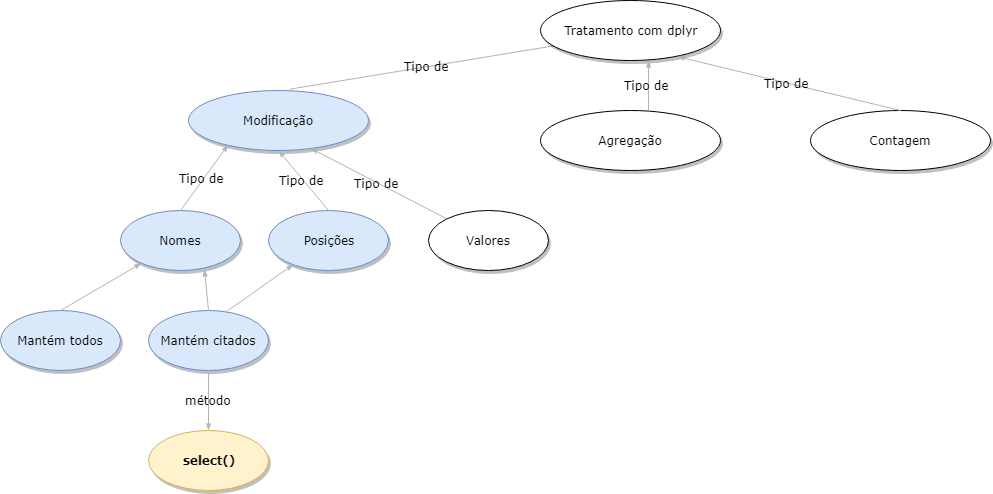
This is diagramas/dplyr_select.png from crotman/CursoR, a draw.io export, as it was before one commit. Source tidied: cells renumbered, new cells last; positions are measured from the earlier drawing's top-left corner, leaving out a move shared by most shapes.
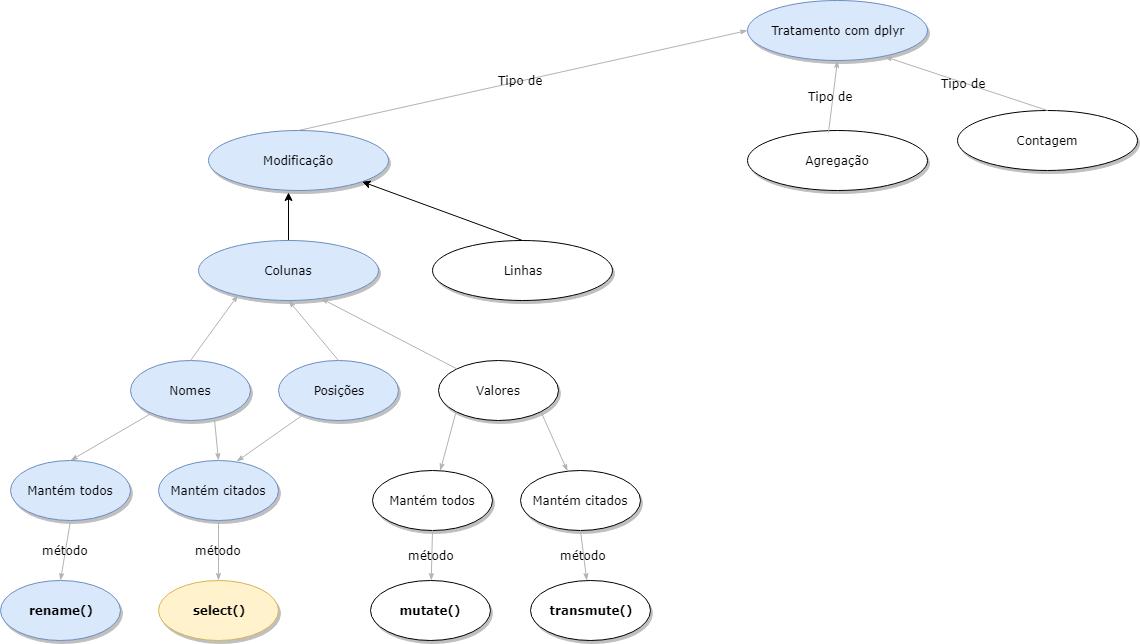
Later version of the same file.

What changed in the source:
```diff
@@ -2,70 +2,107 @@
   <root>
     <mxCell id="0" />
     <mxCell id="1" parent="0" />
-    <mxCell id="2" value="Tipo de&amp;nbsp;" style="edgeStyle=none;rounded=1;html=1;labelBackgroundColor=none;startArrow=none;startFill=0;startSize=5;endArrow=classicThin;endFill=1;endSize=5;jettySize=auto;strokeColor=#B3B3B3;strokeWidth=1;fontFamily=Verdana;fontSize=12;fontColor=#000000;exitX=0.563;exitY=-0.022;exitDx=0;exitDy=0;exitPerimeter=0;" parent="1" edge="1" source="3">
-      <mxGeometry relative="1" as="geometry">
-        <mxPoint x="567.1" y="43.1" as="targetPoint" />
-      </mxGeometry>
+    <mxCell id="2" value="Tipo de&amp;nbsp;" style="edgeStyle=none;rounded=1;html=1;labelBackgroundColor=none;startArrow=none;startFill=0;startSize=5;endArrow=classicThin;endFill=1;endSize=5;jettySize=auto;strokeColor=#B3B3B3;strokeWidth=1;fontFamily=Verdana;fontSize=12;fontColor=#000000;exitX=0.5;exitY=0;exitDx=0;exitDy=0;entryX=0;entryY=0.5;entryDx=0;entryDy=0;" parent="1" edge="1" source="33" target="6">
+      <mxGeometry relative="1" as="geometry" />
     </mxCell>
+    <mxCell id="22" style="edgeStyle=orthogonalEdgeStyle;rounded=0;jettySize=auto;html=1;exitX=0.5;exitY=0;exitDx=0;exitDy=0;entryX=0.444;entryY=1.033;entryDx=0;entryDy=0;entryPerimeter=0;" parent="1" edge="1" source="3" target="33">
+      <mxGeometry relative="1" as="geometry" />
+    </mxCell>
-    <mxCell id="3" value="Modificação" style="ellipse;whiteSpace=wrap;html=1;rounded=0;shadow=1;comic=0;labelBackgroundColor=none;strokeColor=#6c8ebf;strokeWidth=1;fillColor=#dae8fc;fontFamily=Verdana;fontSize=12;align=center;" parent="1" vertex="1">
+    <mxCell id="3" value="Colunas" style="ellipse;whiteSpace=wrap;html=1;rounded=0;shadow=1;comic=0;labelBackgroundColor=none;strokeWidth=1;fontFamily=Verdana;fontSize=12;align=center;fillColor=#dae8fc;strokeColor=#6c8ebf;" parent="1" vertex="1">
       <mxGeometry x="188" y="90" width="180" height="60" as="geometry" />
     </mxCell>
     <mxCell id="4" value="Agregação" style="ellipse;whiteSpace=wrap;html=1;rounded=0;shadow=1;comic=0;labelBackgroundColor=none;strokeWidth=1;fontFamily=Verdana;fontSize=12;align=center;" parent="1" vertex="1">
-      <mxGeometry x="540" y="110" width="180" height="60" as="geometry" />
+      <mxGeometry x="737" y="-20" width="180" height="60" as="geometry" />
     </mxCell>
     <mxCell id="5" value="Contagem" style="ellipse;whiteSpace=wrap;html=1;rounded=0;shadow=1;comic=0;labelBackgroundColor=none;strokeWidth=1;fontFamily=Verdana;fontSize=12;align=center;" parent="1" vertex="1">
-      <mxGeometry x="810" y="110" width="180" height="60" as="geometry" />
+      <mxGeometry x="947" y="-40" width="180" height="60" as="geometry" />
     </mxCell>
-    <mxCell id="6" value="Tratamento com dplyr" style="ellipse;whiteSpace=wrap;html=1;rounded=0;shadow=1;comic=0;labelBackgroundColor=none;strokeWidth=1;fontFamily=Verdana;fontSize=12;align=center;" parent="1" vertex="1">
-      <mxGeometry x="540" width="180" height="60" as="geometry" />
+    <mxCell id="6" value="Tratamento com dplyr" style="ellipse;whiteSpace=wrap;html=1;rounded=0;shadow=1;comic=0;labelBackgroundColor=none;strokeWidth=1;fontFamily=Verdana;fontSize=12;align=center;fillColor=#dae8fc;strokeColor=#6c8ebf;" parent="1" vertex="1">
+      <mxGeometry x="737" y="-150" width="180" height="60" as="geometry" />
     </mxCell>
-    <mxCell id="7" value="Tipo de&amp;nbsp;" style="edgeStyle=none;rounded=1;html=1;labelBackgroundColor=none;startArrow=none;startFill=0;startSize=5;endArrow=classicThin;endFill=1;endSize=5;jettySize=auto;orthogonalLoop=1;strokeColor=#B3B3B3;strokeWidth=1;fontFamily=Verdana;fontSize=12;fontColor=#000000;entryX=0.5;entryY=1;entryDx=0;entryDy=0;" parent="1" edge="1">
-      <mxGeometry relative="1" as="geometry">
-        <mxPoint x="648" y="110" as="sourcePoint" />
-        <mxPoint x="648" y="60" as="targetPoint" />
-      </mxGeometry>
+    <mxCell id="7" value="Tipo de&amp;nbsp;" style="edgeStyle=none;rounded=1;html=1;labelBackgroundColor=none;startArrow=none;startFill=0;startSize=5;endArrow=classicThin;endFill=1;endSize=5;jettySize=auto;strokeColor=#B3B3B3;strokeWidth=1;fontFamily=Verdana;fontSize=12;fontColor=#000000;entryX=0.5;entryY=1;entryDx=0;entryDy=0;exitX=0.45;exitY=0.033;exitDx=0;exitDy=0;exitPerimeter=0;" parent="1" edge="1" source="4" target="6">
+      <mxGeometry relative="1" as="geometry" />
     </mxCell>
     <mxCell id="8" value="Tipo de&amp;nbsp;" style="edgeStyle=none;rounded=1;html=1;labelBackgroundColor=none;startArrow=none;startFill=0;startSize=5;endArrow=classicThin;endFill=1;endSize=5;jettySize=auto;strokeColor=#B3B3B3;strokeWidth=1;fontFamily=Verdana;fontSize=12;fontColor=#000000;entryX=0.762;entryY=0.936;entryDx=0;entryDy=0;exitX=0.5;exitY=0;exitDx=0;exitDy=0;entryPerimeter=0;" parent="1" edge="1" source="5" target="6">
       <mxGeometry relative="1" as="geometry" />
     </mxCell>
-    <mxCell id="9" value="Nomes" style="ellipse;whiteSpace=wrap;html=1;rounded=0;shadow=1;comic=0;labelBackgroundColor=none;strokeColor=#6c8ebf;strokeWidth=1;fillColor=#dae8fc;fontFamily=Verdana;fontSize=12;align=center;" parent="1" vertex="1">
+    <mxCell id="9" value="Nomes" style="ellipse;whiteSpace=wrap;html=1;rounded=0;shadow=1;comic=0;labelBackgroundColor=none;strokeWidth=1;fontFamily=Verdana;fontSize=12;align=center;fillColor=#dae8fc;strokeColor=#6c8ebf;" parent="1" vertex="1">
       <mxGeometry x="120" y="210" width="120" height="60" as="geometry" />
     </mxCell>
-    <mxCell id="10" value="Posições" style="ellipse;whiteSpace=wrap;html=1;rounded=0;shadow=1;comic=0;labelBackgroundColor=none;strokeColor=#6c8ebf;strokeWidth=1;fillColor=#dae8fc;fontFamily=Verdana;fontSize=12;align=center;" parent="1" vertex="1">
+    <mxCell id="10" value="Posições" style="ellipse;whiteSpace=wrap;html=1;rounded=0;shadow=1;comic=0;labelBackgroundColor=none;strokeWidth=1;fontFamily=Verdana;fontSize=12;align=center;fillColor=#dae8fc;strokeColor=#6c8ebf;" parent="1" vertex="1">
       <mxGeometry x="268" y="210" width="120" height="60" as="geometry" />
     </mxCell>
     <mxCell id="11" value="Valores" style="ellipse;whiteSpace=wrap;html=1;rounded=0;shadow=1;comic=0;labelBackgroundColor=none;strokeWidth=1;fontFamily=Verdana;fontSize=12;align=center;" parent="1" vertex="1">
       <mxGeometry x="428" y="210" width="120" height="60" as="geometry" />
     </mxCell>
-    <mxCell id="12" value="Tipo de&amp;nbsp;" style="edgeStyle=none;rounded=1;html=1;labelBackgroundColor=none;startArrow=none;startFill=0;startSize=5;endArrow=classicThin;endFill=1;endSize=5;jettySize=auto;strokeColor=#B3B3B3;strokeWidth=1;fontFamily=Verdana;fontSize=12;fontColor=#000000;exitX=0.5;exitY=0;exitDx=0;exitDy=0;entryX=0.22;entryY=0.908;entryDx=0;entryDy=0;entryPerimeter=0;" parent="1" edge="1" source="9" target="3">
+    <mxCell id="12" style="edgeStyle=none;rounded=1;html=1;labelBackgroundColor=none;startArrow=none;startFill=0;startSize=5;endArrow=classicThin;endFill=1;endSize=5;jettySize=auto;strokeColor=#B3B3B3;strokeWidth=1;fontFamily=Verdana;fontSize=12;fontColor=#000000;exitX=0.5;exitY=0;exitDx=0;exitDy=0;entryX=0.22;entryY=0.908;entryDx=0;entryDy=0;entryPerimeter=0;" parent="1" edge="1" source="9" target="3">
       <mxGeometry relative="1" as="geometry" />
     </mxCell>
-    <mxCell id="13" value="Tipo de&amp;nbsp;" style="edgeStyle=none;rounded=1;html=1;labelBackgroundColor=none;startArrow=none;startFill=0;startSize=5;endArrow=classicThin;endFill=1;endSize=5;jettySize=auto;strokeColor=#B3B3B3;strokeWidth=1;fontFamily=Verdana;fontSize=12;fontColor=#000000;exitX=0.5;exitY=0;exitDx=0;exitDy=0;entryX=0.5;entryY=1;entryDx=0;entryDy=0;" parent="1" edge="1" source="10" target="3">
+    <mxCell id="13" style="edgeStyle=none;rounded=1;html=1;labelBackgroundColor=none;startArrow=none;startFill=0;startSize=5;endArrow=classicThin;endFill=1;endSize=5;jettySize=auto;strokeColor=#B3B3B3;strokeWidth=1;fontFamily=Verdana;fontSize=12;fontColor=#000000;exitX=0.5;exitY=0;exitDx=0;exitDy=0;entryX=0.5;entryY=1;entryDx=0;entryDy=0;" parent="1" edge="1" source="10" target="3">
       <mxGeometry relative="1" as="geometry" />
     </mxCell>
-    <mxCell id="14" value="Tipo de&amp;nbsp;" style="edgeStyle=none;rounded=1;html=1;labelBackgroundColor=none;startArrow=none;startFill=0;startSize=5;endArrow=classicThin;endFill=1;endSize=5;jettySize=auto;strokeColor=#B3B3B3;strokeWidth=1;fontFamily=Verdana;fontSize=12;fontColor=#000000;entryX=0.679;entryY=0.964;entryDx=0;entryDy=0;entryPerimeter=0;" parent="1" edge="1" source="11" target="3">
+    <mxCell id="14" style="edgeStyle=none;rounded=1;html=1;labelBackgroundColor=none;startArrow=none;startFill=0;startSize=5;endArrow=classicThin;endFill=1;endSize=5;jettySize=auto;strokeColor=#B3B3B3;strokeWidth=1;fontFamily=Verdana;fontSize=12;fontColor=#000000;entryX=0.679;entryY=0.964;entryDx=0;entryDy=0;entryPerimeter=0;" parent="1" edge="1" source="11" target="3">
       <mxGeometry relative="1" as="geometry" />
     </mxCell>
-    <mxCell id="15" value="Mantém todos" style="ellipse;whiteSpace=wrap;html=1;rounded=0;shadow=1;comic=0;labelBackgroundColor=none;strokeColor=#6c8ebf;strokeWidth=1;fillColor=#dae8fc;fontFamily=Verdana;fontSize=12;align=center;" parent="1" vertex="1">
+    <mxCell id="15" value="Mantém todos" style="ellipse;whiteSpace=wrap;html=1;rounded=0;shadow=1;comic=0;labelBackgroundColor=none;strokeWidth=1;fontFamily=Verdana;fontSize=12;align=center;fillColor=#dae8fc;strokeColor=#6c8ebf;" parent="1" vertex="1">
       <mxGeometry y="310" width="120" height="60" as="geometry" />
     </mxCell>
-    <mxCell id="16" value="Mantém citados" style="ellipse;whiteSpace=wrap;html=1;rounded=0;shadow=1;comic=0;labelBackgroundColor=none;strokeColor=#6c8ebf;strokeWidth=1;fillColor=#dae8fc;fontFamily=Verdana;fontSize=12;align=center;" parent="1" vertex="1">
+    <mxCell id="16" value="Mantém citados" style="ellipse;whiteSpace=wrap;html=1;rounded=0;shadow=1;comic=0;labelBackgroundColor=none;strokeWidth=1;fontFamily=Verdana;fontSize=12;align=center;fillColor=#dae8fc;strokeColor=#6c8ebf;" parent="1" vertex="1">
       <mxGeometry x="148" y="310" width="120" height="60" as="geometry" />
     </mxCell>
-    <mxCell id="17" style="edgeStyle=none;rounded=1;html=1;labelBackgroundColor=none;startArrow=none;startFill=0;startSize=5;endArrow=classicThin;endFill=1;endSize=5;jettySize=auto;strokeColor=#B3B3B3;strokeWidth=1;fontFamily=Verdana;fontSize=12;fontColor=#000000;exitX=0.5;exitY=0;exitDx=0;exitDy=0;" parent="1" edge="1" source="15" target="9">
+    <mxCell id="17" style="edgeStyle=none;rounded=1;html=1;labelBackgroundColor=none;startArrow=none;startFill=0;startSize=5;endArrow=classicThin;endFill=1;endSize=5;jettySize=auto;strokeColor=#B3B3B3;strokeWidth=1;fontFamily=Verdana;fontSize=12;fontColor=#000000;entryX=0.5;entryY=0;entryDx=0;entryDy=0;" parent="1" edge="1" source="9" target="15">
       <mxGeometry relative="1" as="geometry" />
     </mxCell>
-    <mxCell id="18" style="edgeStyle=none;rounded=1;html=1;labelBackgroundColor=none;startArrow=none;startFill=0;startSize=5;endArrow=classicThin;endFill=1;endSize=5;jettySize=auto;strokeColor=#B3B3B3;strokeWidth=1;fontFamily=Verdana;fontSize=12;fontColor=#000000;exitX=0.5;exitY=0;exitDx=0;exitDy=0;entryX=0.7;entryY=0.983;entryDx=0;entryDy=0;entryPerimeter=0;" parent="1" edge="1" source="16" target="9">
+    <mxCell id="18" style="edgeStyle=none;rounded=1;html=1;labelBackgroundColor=none;startArrow=none;startFill=0;startSize=5;endArrow=classicThin;endFill=1;endSize=5;jettySize=auto;strokeColor=#B3B3B3;strokeWidth=1;fontFamily=Verdana;fontSize=12;fontColor=#000000;exitX=0.7;exitY=0.983;exitDx=0;exitDy=0;entryX=0.5;entryY=0;entryDx=0;entryDy=0;exitPerimeter=0;" parent="1" edge="1" source="9" target="16">
       <mxGeometry relative="1" as="geometry" />
     </mxCell>
-    <mxCell id="19" value="select()" style="ellipse;whiteSpace=wrap;html=1;rounded=0;shadow=1;comic=0;labelBackgroundColor=none;strokeWidth=1;fontFamily=Verdana;fontSize=12;align=center;fillColor=#fff2cc;strokeColor=#d6b656;fontStyle=1;" parent="1" vertex="1">
+    <mxCell id="19" value="select()" style="ellipse;whiteSpace=wrap;html=1;rounded=0;shadow=1;comic=0;labelBackgroundColor=none;strokeWidth=1;fontFamily=Verdana;fontSize=12;align=center;fontStyle=1;fillColor=#fff2cc;strokeColor=#d6b656;" parent="1" vertex="1">
       <mxGeometry x="148" y="430" width="120" height="60" as="geometry" />
     </mxCell>
     <mxCell id="20" value="método" style="edgeStyle=none;rounded=1;html=1;labelBackgroundColor=none;startArrow=none;startFill=0;startSize=5;endArrow=classicThin;endFill=1;endSize=5;jettySize=auto;strokeColor=#B3B3B3;strokeWidth=1;fontFamily=Verdana;fontSize=12;fontColor=#000000;exitX=0.5;exitY=1;exitDx=0;exitDy=0;entryX=0.5;entryY=0;entryDx=0;entryDy=0;" parent="1" edge="1" source="16" target="19">
       <mxGeometry relative="1" as="geometry" />
     </mxCell>
-    <mxCell id="21" style="edgeStyle=none;rounded=1;html=1;labelBackgroundColor=none;startArrow=none;startFill=0;startSize=5;endArrow=classicThin;endFill=1;endSize=5;jettySize=auto;strokeColor=#B3B3B3;strokeWidth=1;fontFamily=Verdana;fontSize=12;fontColor=#000000;exitX=0.65;exitY=0.017;exitDx=0;exitDy=0;entryX=0.208;entryY=0.9;entryDx=0;entryDy=0;entryPerimeter=0;exitPerimeter=0;" parent="1" edge="1" source="16" target="10">
+    <mxCell id="21" style="edgeStyle=none;rounded=1;html=1;labelBackgroundColor=none;startArrow=none;startFill=0;startSize=5;endArrow=classicThin;endFill=1;endSize=5;jettySize=auto;strokeColor=#B3B3B3;strokeWidth=1;fontFamily=Verdana;fontSize=12;fontColor=#000000;exitX=0.208;exitY=0.9;exitDx=0;exitDy=0;entryX=0.65;entryY=0.017;entryDx=0;entryDy=0;entryPerimeter=0;exitPerimeter=0;" parent="1" edge="1" source="10" target="16">
       <mxGeometry relative="1" as="geometry" />
     </mxCell>
+    <mxCell id="23" value="rename()" style="ellipse;whiteSpace=wrap;html=1;rounded=0;shadow=1;comic=0;labelBackgroundColor=none;strokeWidth=1;fontFamily=Verdana;fontSize=12;align=center;fontStyle=1;fillColor=#dae8fc;strokeColor=#6c8ebf;" parent="1" vertex="1">
+      <mxGeometry x="-10" y="430" width="120" height="60" as="geometry" />
+    </mxCell>
+    <mxCell id="24" value="método" style="edgeStyle=none;rounded=1;html=1;labelBackgroundColor=none;startArrow=none;startFill=0;startSize=5;endArrow=classicThin;endFill=1;endSize=5;jettySize=auto;strokeColor=#B3B3B3;strokeWidth=1;fontFamily=Verdana;fontSize=12;fontColor=#000000;exitX=0.5;exitY=1;exitDx=0;exitDy=0;entryX=0.5;entryY=0;entryDx=0;entryDy=0;" parent="1" edge="1" source="15" target="23">
+      <mxGeometry relative="1" as="geometry" />
+    </mxCell>
+    <mxCell id="25" value="Mantém todos" style="ellipse;whiteSpace=wrap;html=1;rounded=0;shadow=1;comic=0;labelBackgroundColor=none;strokeWidth=1;fontFamily=Verdana;fontSize=12;align=center;" parent="1" vertex="1">
+      <mxGeometry x="362" y="320" width="120" height="60" as="geometry" />
+    </mxCell>
+    <mxCell id="26" value="Mantém citados" style="ellipse;whiteSpace=wrap;html=1;rounded=0;shadow=1;comic=0;labelBackgroundColor=none;strokeWidth=1;fontFamily=Verdana;fontSize=12;align=center;" parent="1" vertex="1">
+      <mxGeometry x="510" y="320" width="120" height="60" as="geometry" />
+    </mxCell>
+    <mxCell id="27" style="edgeStyle=none;rounded=1;html=1;labelBackgroundColor=none;startArrow=none;startFill=0;startSize=5;endArrow=classicThin;endFill=1;endSize=5;jettySize=auto;strokeColor=#B3B3B3;strokeWidth=1;fontFamily=Verdana;fontSize=12;fontColor=#000000;exitX=0;exitY=1;exitDx=0;exitDy=0;" parent="1" edge="1" source="11" target="25">
+      <mxGeometry relative="1" as="geometry" />
+    </mxCell>
+    <mxCell id="28" style="edgeStyle=none;rounded=1;html=1;labelBackgroundColor=none;startArrow=none;startFill=0;startSize=5;endArrow=classicThin;endFill=1;endSize=5;jettySize=auto;strokeColor=#B3B3B3;strokeWidth=1;fontFamily=Verdana;fontSize=12;fontColor=#000000;exitX=1;exitY=1;exitDx=0;exitDy=0;" parent="1" edge="1" source="11" target="26">
+      <mxGeometry relative="1" as="geometry" />
+    </mxCell>
+    <mxCell id="29" value="mutate()" style="ellipse;whiteSpace=wrap;html=1;rounded=0;shadow=1;comic=0;labelBackgroundColor=none;strokeWidth=1;fontFamily=Verdana;fontSize=12;align=center;fontStyle=1;" parent="1" vertex="1">
+      <mxGeometry x="360" y="430" width="120" height="60" as="geometry" />
+    </mxCell>
+    <mxCell id="30" value="método" style="edgeStyle=none;rounded=1;html=1;labelBackgroundColor=none;startArrow=none;startFill=0;startSize=5;endArrow=classicThin;endFill=1;endSize=5;jettySize=auto;strokeColor=#B3B3B3;strokeWidth=1;fontFamily=Verdana;fontSize=12;fontColor=#000000;exitX=0.5;exitY=1;exitDx=0;exitDy=0;" parent="1" edge="1" source="25" target="29">
+      <mxGeometry relative="1" as="geometry" />
+    </mxCell>
+    <mxCell id="31" value="transmute()" style="ellipse;whiteSpace=wrap;html=1;rounded=0;shadow=1;comic=0;labelBackgroundColor=none;strokeWidth=1;fontFamily=Verdana;fontSize=12;align=center;fontStyle=1;" parent="1" vertex="1">
+      <mxGeometry x="520" y="430" width="120" height="60" as="geometry" />
+    </mxCell>
+    <mxCell id="32" value="método" style="edgeStyle=none;rounded=1;html=1;labelBackgroundColor=none;startArrow=none;startFill=0;startSize=5;endArrow=classicThin;endFill=1;endSize=5;jettySize=auto;strokeColor=#B3B3B3;strokeWidth=1;fontFamily=Verdana;fontSize=12;fontColor=#000000;exitX=0.5;exitY=1;exitDx=0;exitDy=0;" parent="1" edge="1" source="26" target="31">
+      <mxGeometry relative="1" as="geometry" />
+    </mxCell>
+    <mxCell id="33" value="Modificação" style="ellipse;whiteSpace=wrap;html=1;rounded=0;shadow=1;comic=0;labelBackgroundColor=none;strokeWidth=1;fontFamily=Verdana;fontSize=12;align=center;fillColor=#dae8fc;strokeColor=#6c8ebf;" parent="1" vertex="1">
+      <mxGeometry x="198" y="-20" width="180" height="60" as="geometry" />
+    </mxCell>
+    <mxCell id="34" value="Linhas" style="ellipse;whiteSpace=wrap;html=1;rounded=0;shadow=1;comic=0;labelBackgroundColor=none;strokeWidth=1;fontFamily=Verdana;fontSize=12;align=center;" parent="1" vertex="1">
+      <mxGeometry x="422" y="90" width="180" height="60" as="geometry" />
+    </mxCell>
+    <mxCell id="35" style="rounded=0;jettySize=auto;html=1;exitX=0.5;exitY=0;exitDx=0;exitDy=0;entryX=1;entryY=1;entryDx=0;entryDy=0;" parent="1" edge="1" source="34" target="33">
+      <mxGeometry relative="1" as="geometry" />
+    </mxCell>
   </root>
 </mxGraphModel>
```
